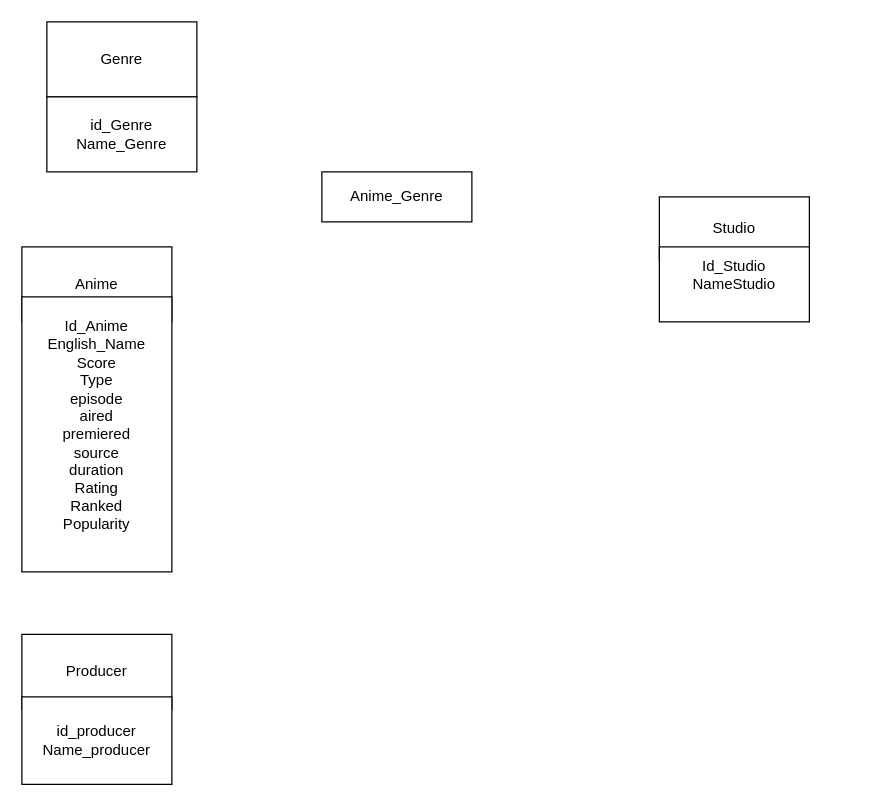
Earlier version of the draw.io diagram Diagramme sans nom.drawio (Louk-Man/events). Source tidied: cells renumbered, new cells numbered last; positions are measured from the earlier drawing's top-left corner, leaving out a move shared by most shapes. Both pictures are drawn from the tidied source at 125%, with x=0, y=0 at pixel (21, 21).
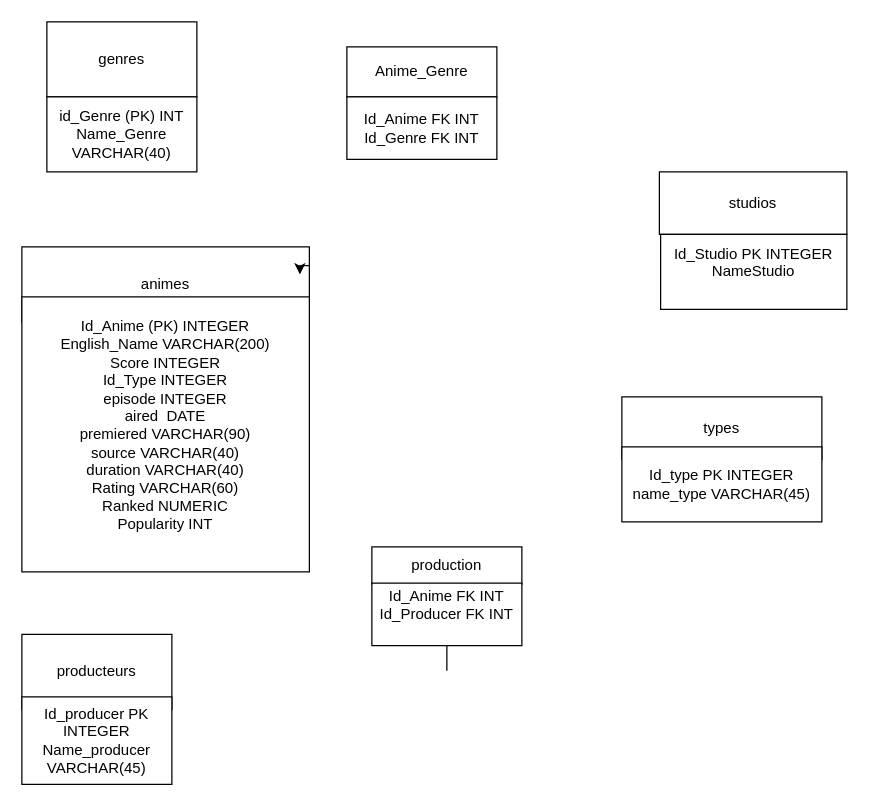
Above is the later version.

Commit message:
Mettre à jour Diagramme sans nom.drawio

Change to the diagram source:
```diff
@@
-    <mxCell id="2" value="Anime" style="rounded=0;whiteSpace=wrap;html=1;" parent="1" vertex="1">
-      <mxGeometry y="180" width="120" height="60" as="geometry" />
+    <mxCell id="2" value="animes" style="rounded=0;whiteSpace=wrap;html=1;" parent="1" vertex="1">
+      <mxGeometry y="180" width="230" height="60" as="geometry" />
     </mxCell>
+    <mxCell id="12" style="edgeStyle=orthogonalEdgeStyle;rounded=0;orthogonalLoop=1;jettySize=auto;html=1;exitX=1;exitY=0.75;exitDx=0;exitDy=0;entryX=1;entryY=0.75;entryDx=0;entryDy=0;" parent="1" edge="1" source="3" target="3">
+      <mxGeometry relative="1" as="geometry" />
+    </mxCell>
-    <mxCell id="3" value="Id_Anime&lt;div&gt;English_Name&lt;/div&gt;&lt;div&gt;Score&lt;/div&gt;&lt;div&gt;Type&lt;/div&gt;&lt;div&gt;episode&lt;/div&gt;&lt;div&gt;aired&lt;/div&gt;&lt;div&gt;premiered&lt;/div&gt;&lt;div&gt;source&lt;/div&gt;&lt;div&gt;duration&lt;/div&gt;&lt;div&gt;Rating&lt;/div&gt;&lt;div&gt;Ranked&lt;/div&gt;&lt;div&gt;Popularity&lt;/div&gt;&lt;div&gt;&lt;br&gt;&lt;/div&gt;" style="whiteSpace=wrap;html=1;" parent="1" vertex="1">
-      <mxGeometry y="220" width="120" height="220" as="geometry" />
+    <mxCell id="3" value="Id_Anime (PK) INTEGER&lt;div&gt;English_Name VARCHAR(200)&lt;/div&gt;&lt;div&gt;Score INTEGER&lt;/div&gt;&lt;div&gt;Id_Type INTEGER&lt;/div&gt;&lt;div&gt;episode INTEGER&lt;/div&gt;&lt;div&gt;aired&amp;nbsp; DATE&lt;/div&gt;&lt;div&gt;premiered VARCHAR(90)&lt;/div&gt;&lt;div&gt;&lt;span style=&quot;background-color: initial;&quot;&gt;source VARCHAR(40)&lt;/span&gt;&lt;/div&gt;&lt;div&gt;duration VARCHAR(40)&lt;/div&gt;&lt;div&gt;Rating VARCHAR(60)&lt;/div&gt;&lt;div&gt;Ranked NUMERIC&lt;/div&gt;&lt;div&gt;Popularity INT&lt;/div&gt;&lt;div&gt;&lt;br&gt;&lt;/div&gt;" style="whiteSpace=wrap;html=1;" parent="1" vertex="1">
+      <mxGeometry y="220" width="230" height="220" as="geometry" />
     </mxCell>
-    <mxCell id="4" value="Genre" style="whiteSpace=wrap;html=1;" parent="1" vertex="1">
+    <mxCell id="4" value="genres" style="whiteSpace=wrap;html=1;" parent="1" vertex="1">
       <mxGeometry x="20" width="120" height="60" as="geometry" />
     </mxCell>
-    <mxCell id="5" value="id_Genre&lt;div&gt;Name_Genre&lt;/div&gt;" style="whiteSpace=wrap;html=1;" parent="1" vertex="1">
+    <mxCell id="5" value="id_Genre (PK) INT&lt;div&gt;Name_Genre VARCHAR(40)&lt;/div&gt;" style="whiteSpace=wrap;html=1;" parent="1" vertex="1">
       <mxGeometry x="20" y="60" width="120" height="60" as="geometry" />
     </mxCell>
@@
-    <mxCell id="7" value="Producer" style="whiteSpace=wrap;html=1;" parent="1" vertex="1">
+    <mxCell id="7" value="producteurs" style="whiteSpace=wrap;html=1;" parent="1" vertex="1">
       <mxGeometry y="490" width="120" height="60" as="geometry" />
     </mxCell>
-    <mxCell id="8" value="id_producer&lt;div&gt;Name_producer&lt;/div&gt;" style="whiteSpace=wrap;html=1;" parent="1" vertex="1">
+    <mxCell id="8" value="Id_producer PK INTEGER&lt;div&gt;Name_producer VARCHAR(45)&lt;/div&gt;" style="whiteSpace=wrap;html=1;" parent="1" vertex="1">
       <mxGeometry y="540" width="120" height="70" as="geometry" />
     </mxCell>
-    <mxCell id="9" value="Studio" style="whiteSpace=wrap;html=1;" parent="1" vertex="1">
-      <mxGeometry x="510" y="140" width="120" height="50" as="geometry" />
+    <mxCell id="9" value="studios" style="whiteSpace=wrap;html=1;" parent="1" vertex="1">
+      <mxGeometry x="510" y="120" width="150" height="50" as="geometry" />
     </mxCell>
-    <mxCell id="10" value="Id_Studio&lt;div&gt;NameStudio&lt;br&gt;&lt;div&gt;&lt;br&gt;&lt;/div&gt;&lt;/div&gt;" style="whiteSpace=wrap;html=1;" parent="1" vertex="1">
-      <mxGeometry x="510" y="180" width="120" height="60" as="geometry" />
+    <mxCell id="10" value="Id_Studio PK INTEGER&lt;div&gt;NameStudio&lt;br&gt;&lt;div&gt;&lt;br&gt;&lt;/div&gt;&lt;/div&gt;" style="whiteSpace=wrap;html=1;" parent="1" vertex="1">
+      <mxGeometry x="511" y="170" width="149" height="60" as="geometry" />
     </mxCell>
+    <mxCell id="13" style="edgeStyle=orthogonalEdgeStyle;rounded=0;jettySize=auto;html=1;" parent="1" edge="1" source="11" target="14">
+      <mxGeometry relative="1" as="geometry" />
+    </mxCell>
     <mxCell id="11" value="Anime_Genre" style="whiteSpace=wrap;html=1;" parent="1" vertex="1">
-      <mxGeometry x="240" y="120" width="120" height="40" as="geometry" />
+      <mxGeometry x="260" y="20" width="120" height="40" as="geometry" />
     </mxCell>
+    <mxCell id="14" value="Id_Anime FK INT&lt;div&gt;Id_Genre FK INT&lt;/div&gt;" style="whiteSpace=wrap;html=1;" parent="1" vertex="1">
+      <mxGeometry x="260" y="60" width="120" height="50" as="geometry" />
+    </mxCell>
+    <mxCell id="15" style="edgeStyle=orthogonalEdgeStyle;rounded=0;jettySize=auto;html=1;" parent="1" edge="1" source="16" target="18">
+      <mxGeometry relative="1" as="geometry" />
+    </mxCell>
+    <mxCell id="16" value="production" style="whiteSpace=wrap;html=1;" parent="1" vertex="1">
+      <mxGeometry x="280" y="420" width="120" height="30" as="geometry" />
+    </mxCell>
+    <mxCell id="17" style="edgeStyle=orthogonalEdgeStyle;rounded=0;jettySize=auto;html=1;" parent="1" edge="1" source="18">
+      <mxGeometry relative="1" as="geometry">
+        <mxPoint x="340" y="490" as="targetPoint" />
+      </mxGeometry>
+    </mxCell>
+    <mxCell id="18" value="&lt;div&gt;Id_Anime&amp;nbsp;&lt;span style=&quot;background-color: initial;&quot;&gt;FK INT&lt;/span&gt;&lt;/div&gt;Id_Producer FK INT&lt;div&gt;&lt;br&gt;&lt;/div&gt;" style="whiteSpace=wrap;html=1;" parent="1" vertex="1">
+      <mxGeometry x="280" y="449" width="120" height="50" as="geometry" />
+    </mxCell>
+    <mxCell id="19" value="types" style="whiteSpace=wrap;html=1;" parent="1" vertex="1">
+      <mxGeometry x="480" y="300" width="160" height="50" as="geometry" />
+    </mxCell>
+    <mxCell id="20" value="Id_type PK INTEGER&lt;div&gt;name_type VARCHAR(45)&lt;/div&gt;" style="whiteSpace=wrap;html=1;" parent="1" vertex="1">
+      <mxGeometry x="480" y="340" width="160" height="60" as="geometry" />
+    </mxCell>
+    <mxCell id="21" style="edgeStyle=orthogonalEdgeStyle;rounded=0;orthogonalLoop=1;jettySize=auto;html=1;exitX=1;exitY=0.25;exitDx=0;exitDy=0;entryX=0.967;entryY=0.367;entryDx=0;entryDy=0;entryPerimeter=0;" parent="1" edge="1" source="2" target="2">
+      <mxGeometry relative="1" as="geometry" />
+    </mxCell>
```
